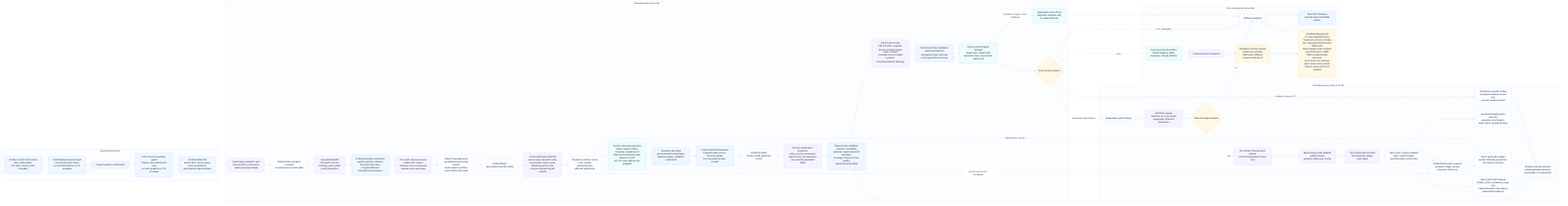
This is odylith/atlas/source/domain-intelligence-greenfield-governance.png from odylith/odylith, a Mermaid export, as it was before one commit. Its source is kept beside it as odylith/atlas/source/domain-intelligence-greenfield-governance.mmd.
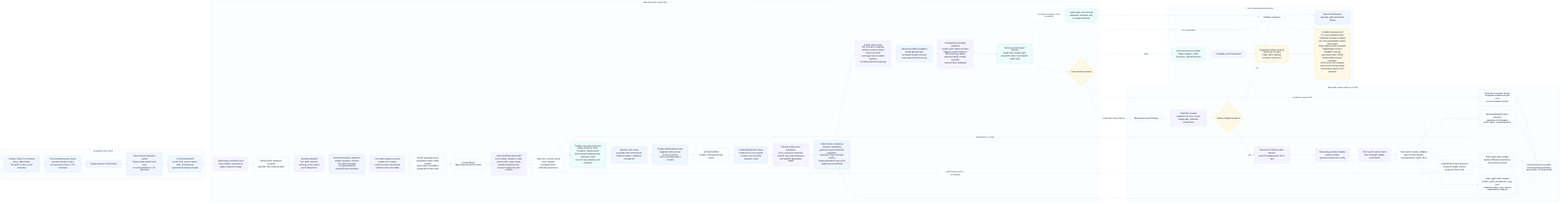
Above is the later version.

What changed in the source:
```diff
@@ -23,10 +23,12 @@
       next_steps["Operator next steps<br/>governed start workstream,<br/>readiness gates, validation commands"]
       project_dashboard["Project dashboard preview<br/>fragment-safe source-launch prompts<br/>from accepted project context"]
       draft_set["ArtifactDraftSet<br/>human-visible governed drafts"]
+      artifact_units["ArtifactQualityUnit stream<br/>projection id, source path,<br/>surface role, text kind,<br/>semantic node"]
       visible_actor_projection["Tribunal visible actor projection<br/>actor_source provenance,<br/>explicit many-hat allowance,<br/>role-specific generated labels"]
-      validators["Deterministic validators<br/>schema, traceability,<br/>grammar, typed canonical repetition,<br/>topology, Project prompt quality,<br/>clipped terminal labels"]
+      validators["Deterministic validators<br/>schema, traceability,<br/>grammar, typed canonical repetition,<br/>topology, Project prompt quality,<br/>typed generated-copy units,<br/>clipped terminal labels"]
       expert_lenses["Expert-lens review<br/>PM, architect, engineer,<br/>domain reviewer typed owner contract<br/>coverage over accepted systems,<br/>including deferred topology"]
       persisted_readback["Persisted artifact readback<br/>create payload and accepted-project preview<br/>must agree before scoring"]
+      evidence_readback["Independent package evidence<br/>project brief, Radar sections,<br/>Registry proof contracts,<br/>Atlas topology labels,<br/>prewrite safety, Project prompts,<br/>domain-term readback"]
       typed_findings["Source-owned typed findings<br/>target layer, target path,<br/>semantic node, no proposal-repair lane"]
       legacy_blockers["Legacy/raw issue strings<br/>diagnostic blockers only,<br/>no repair authority"]
       final_manifest{"Final manifest passes?"}
@@ -56,12 +58,12 @@
       blockers["Exact final blockers<br/>operator sees actionable failure"]
       proof_log["Compass proof checkpoint"]
       surface_custody["Rendered surface custody<br/>Casebook included,<br/>Atlas static fallback,<br/>browser state proof"]
-      release_matrix["Installed release proof<br/>12-case standard matrix,<br/>Casebook surface included,<br/>per-case generated browser state proof,<br/>Atlas diagram state checked,<br/>persisted matrix JSON<br/>failed-create blocker excerpts,<br/>strict temp-root cleanup,<br/>plus rescue wiring smoke<br/>natural rescue proof still required"]
+      release_matrix["Installed release proof<br/>13-case standard matrix,<br/>Casebook surface included,<br/>per-case generated browser state proof,<br/>Atlas diagram state checked,<br/>independent artifact readback scoring,<br/>persisted matrix JSON,<br/>failed-create blocker excerpts,<br/>strict temp-root cleanup,<br/>plus rescue wiring smoke<br/>natural rescue proof still required"]
     end
 
     visible_intent --> confirmable_stdout --> confirm --> source_guard --> confirmed_ir
     confirmed_ir --> apply_input --> compiler --> semantic_ir --> external_boundary --> sequence_owner --> result_language --> artifact_plan --> canonical_facts --> projection_contract --> projections --> next_steps --> project_dashboard --> draft_set
-    draft_set --> visible_actor_projection --> validators --> expert_lenses --> persisted_readback --> typed_findings --> final_manifest
+    draft_set --> artifact_units --> visible_actor_projection --> validators --> expert_lenses --> persisted_readback --> evidence_readback --> typed_findings --> final_manifest
     typed_findings -- "untyped or legacy-only evidence" --> legacy_blockers --> rollback
     final_manifest -- "pass" --> writes --> proof_log --> surface_custody --> release_matrix
     final_manifest -- "rendered scope drift" --> projection_rerender --> rerender
@@ -85,7 +87,7 @@
     classDef rescue fill:#FFF7ED,stroke:#FDBA74,color:#17233A,stroke-width:1.2px;
     classDef write fill:#F0FDF4,stroke:#86EFAC,color:#17233A,stroke-width:1.2px;
     class visible_intent,confirmable_stdout,confirm,source_guard,confirmed_ir intent;
-    class apply_input,compiler,semantic_ir,external_boundary,sequence_owner,result_language,artifact_plan,canonical_facts,projection_contract,projections,next_steps,project_dashboard,draft_set,visible_actor_projection,validators,expert_lenses,persisted_readback,typed_findings,legacy_blockers,final_manifest standard;
+    class apply_input,compiler,semantic_ir,external_boundary,sequence_owner,result_language,artifact_plan,canonical_facts,projection_contract,projections,next_steps,project_dashboard,draft_set,artifact_units,visible_actor_projection,validators,expert_lenses,persisted_readback,evidence_readback,typed_findings,legacy_blockers,final_manifest standard;
     class repairable,patchset,rescue_budget,tribunal_planner,provider_adapter,strict_schema,custody_check,semantic_apply,plan_apply,scope_ledger,projection_rerender,copy_repair,rerender rescue;
     class writes,rollback,blockers,proof_log,surface_custody,release_matrix write;
 
```
